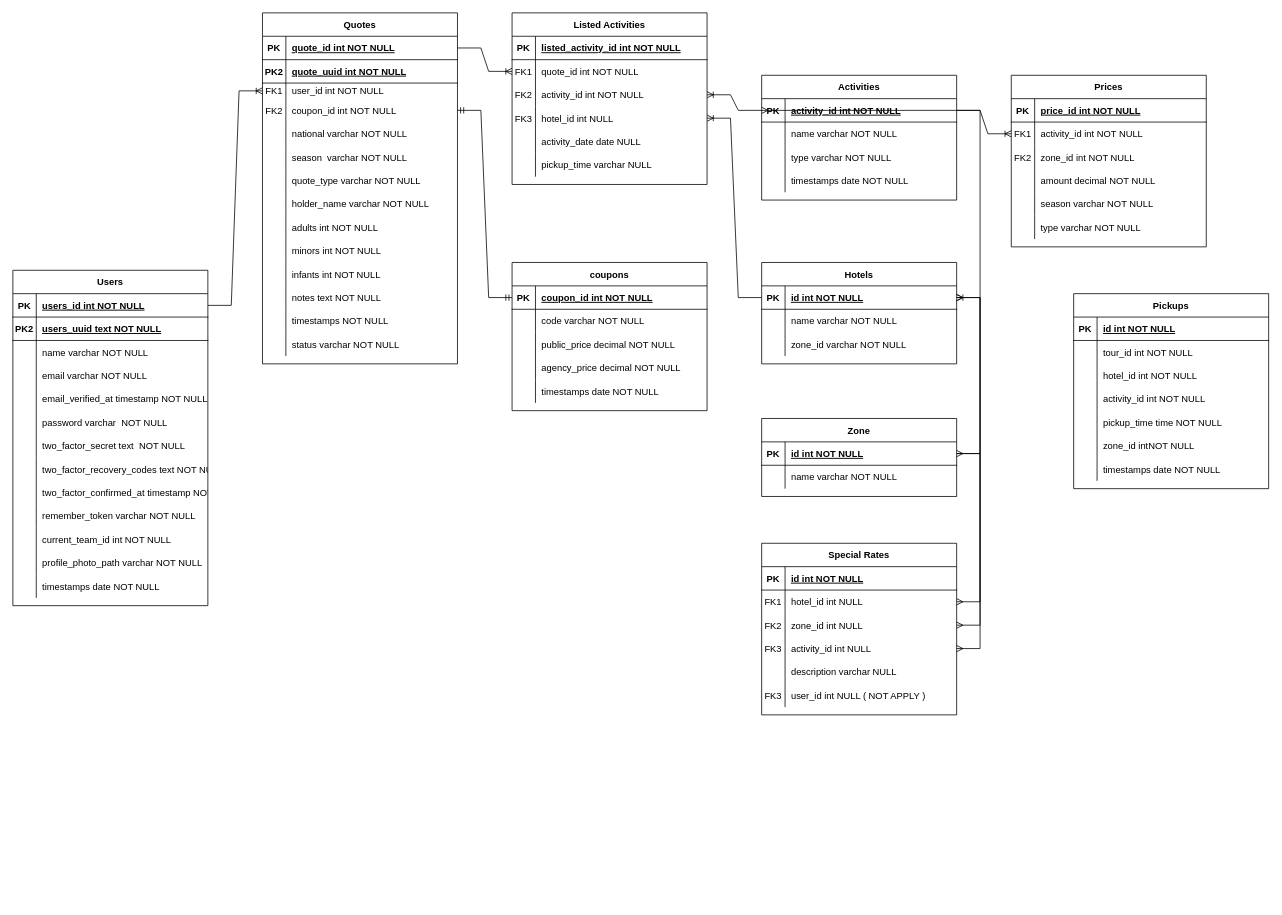
Before: Diagrama sin título.drawio in Pcbtroniks/quote, a draw.io diagram. Source tidied: cells renumbered, new cells numbered last; positions are measured from the earlier drawing's top-left corner, leaving out a move shared by most shapes. Both pictures are drawn from the tidied source at 78%, with x=0, y=0 at pixel (12, 12).
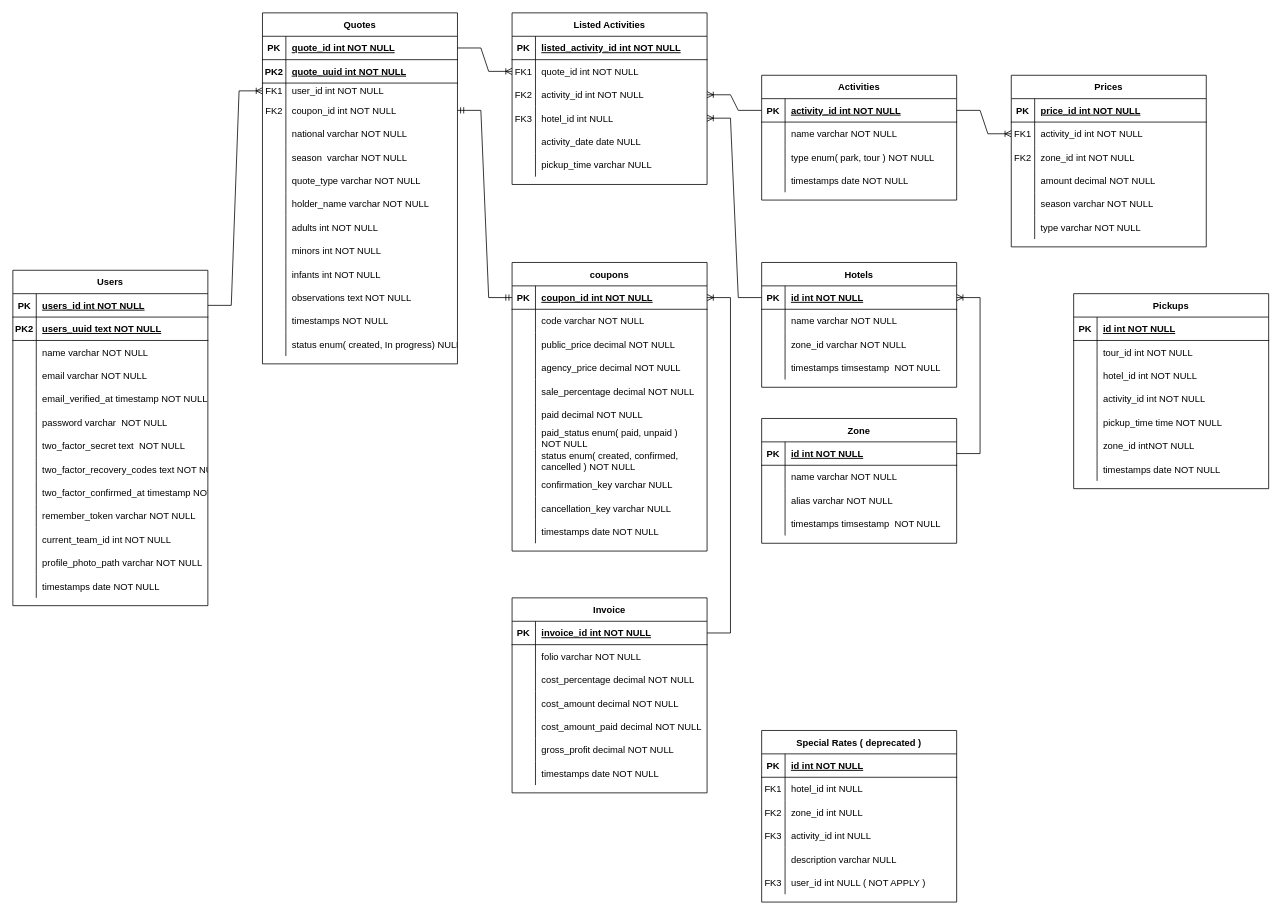
Above is the later version.

The change refers to these unchanged cells:
```xml
<mxCell id="36" style="shape=partialRectangle;fillColor=none;top=0;left=0;right=0;bottom=0;" parent="2" vertex="1">
  <mxGeometry y="350" width="250" height="30" as="geometry" />
</mxCell>
<mxCell id="42" style="shape=partialRectangle;fillColor=none;top=0;left=0;right=0;bottom=0;" parent="2" vertex="1">
  <mxGeometry y="410" width="250" height="30" as="geometry" />
</mxCell>
<mxCell id="46" style="shape=partialRectangle;fillColor=none;points=[[0,0.5],[1,0.5]];portConstraint=eastwest;top=0;left=0;right=0;bottom=1;" parent="45" vertex="1">
  <mxGeometry y="30" width="250" height="30" as="geometry" />
</mxCell>
<mxCell id="52" style="shape=partialRectangle;fillColor=none;top=0;left=0;right=0;bottom=0;" parent="45" vertex="1">
  <mxGeometry y="90" width="250" height="30" as="geometry" />
</mxCell>
<mxCell id="137" style="shape=partialRectangle;fillColor=none;points=[[0,0.5],[1,0.5]];portConstraint=eastwest;top=0;left=0;right=0;bottom=1;" parent="136" vertex="1">
  <mxGeometry y="30" width="250" height="30" as="geometry" />
</mxCell>
<mxCell id="175" style="shape=partialRectangle;fillColor=none;points=[[0,0.5],[1,0.5]];portConstraint=eastwest;top=0;left=0;right=0;bottom=1;" parent="174" vertex="1">
  <mxGeometry y="30" width="250" height="30" as="geometry" />
</mxCell>
<mxCell id="189" style="shape=partialRectangle;fillColor=none;points=[[0,0.5],[1,0.5]];portConstraint=eastwest;top=0;left=0;right=0;bottom=1;" parent="188" vertex="1">
  <mxGeometry y="30" width="250" height="30" as="geometry" />
</mxCell>
<mxCell id="202" style="shape=partialRectangle;fillColor=none;points=[[0,0.5],[1,0.5]];portConstraint=eastwest;top=0;left=0;right=0;bottom=0;" parent="198" vertex="1">
  <mxGeometry y="60" width="250" height="30" as="geometry" />
</mxCell>
<mxCell id="205" style="shape=partialRectangle;fillColor=none;points=[[0,0.5],[1,0.5]];portConstraint=eastwest;top=0;left=0;right=0;bottom=0;" parent="198" vertex="1">
  <mxGeometry y="90" width="250" height="30" as="geometry" />
</mxCell>
<mxCell id="208" style="shape=partialRectangle;fillColor=none;points=[[0,0.5],[1,0.5]];portConstraint=eastwest;top=0;left=0;right=0;bottom=0;" parent="198" vertex="1">
  <mxGeometry y="120" width="250" height="30" as="geometry" />
</mxCell>
```

Change to the diagram source:
```diff
@@
-    <mxCell id="38" value="notes text NOT NULL" style="shape=partialRectangle;overflow=hidden;fillColor=none;top=0;left=0;bottom=0;right=0;align=left;spacingLeft=6;" parent="36" vertex="1">
+    <mxCell id="38" value="observations text NOT NULL" style="shape=partialRectangle;overflow=hidden;fillColor=none;top=0;left=0;bottom=0;right=0;align=left;spacingLeft=6;" parent="36" vertex="1">
       <mxGeometry x="30" width="220" height="30" as="geometry" />
     </mxCell>
@@
-    <mxCell id="44" value="status varchar NOT NULL" style="shape=partialRectangle;overflow=hidden;fillColor=none;top=0;left=0;bottom=0;right=0;align=left;spacingLeft=6;" parent="42" vertex="1">
+    <mxCell id="44" value="status enum( created, In progress) NULL" style="shape=partialRectangle;overflow=hidden;fillColor=none;top=0;left=0;bottom=0;right=0;align=left;spacingLeft=6;" parent="42" vertex="1">
       <mxGeometry x="30" width="220" height="30" as="geometry" />
     </mxCell>
@@
-    <mxCell id="54" value="type varchar NOT NULL" style="shape=partialRectangle;overflow=hidden;fillColor=none;top=0;left=0;bottom=0;right=0;align=left;spacingLeft=6;" parent="52" vertex="1">
+    <mxCell id="54" value="type enum( park, tour ) NOT NULL" style="shape=partialRectangle;overflow=hidden;fillColor=none;top=0;left=0;bottom=0;right=0;align=left;spacingLeft=6;" parent="52" vertex="1">
       <mxGeometry x="30" width="220" height="30" as="geometry" />
     </mxCell>
@@
     <mxCell id="136" value="coupons" style="shape=table;startSize=30;childLayout=tableLayout;rowLines=0;fontStyle=1;align=center;" parent="1" vertex="1">
-      <mxGeometry x="640" y="320" width="250" height="190" as="geometry" />
+      <mxGeometry x="640" y="320" width="250" height="370" as="geometry" />
     </mxCell>
@@
+    <mxCell id="220" style="shape=partialRectangle;fillColor=none;top=0;left=0;right=0;bottom=0;" parent="136" vertex="1">
+      <mxGeometry y="150" width="250" height="30" as="geometry" />
+    </mxCell>
+    <mxCell id="221" style="shape=partialRectangle;overflow=hidden;fillColor=none;top=0;left=0;bottom=0;right=0;" parent="220" vertex="1">
+      <mxGeometry width="30" height="30" as="geometry" />
+    </mxCell>
+    <mxCell id="222" value="sale_percentage decimal NOT NULL" style="shape=partialRectangle;overflow=hidden;fillColor=none;top=0;left=0;bottom=0;right=0;align=left;spacingLeft=6;" parent="220" vertex="1">
+      <mxGeometry x="30" width="220" height="30" as="geometry" />
+    </mxCell>
+    <mxCell id="223" style="shape=partialRectangle;fillColor=none;top=0;left=0;right=0;bottom=0;" parent="136" vertex="1">
+      <mxGeometry y="180" width="250" height="30" as="geometry" />
+    </mxCell>
+    <mxCell id="224" style="shape=partialRectangle;overflow=hidden;fillColor=none;top=0;left=0;bottom=0;right=0;" parent="223" vertex="1">
+      <mxGeometry width="30" height="30" as="geometry" />
+    </mxCell>
+    <mxCell id="225" value="paid decimal NOT NULL" style="shape=partialRectangle;overflow=hidden;fillColor=none;top=0;left=0;bottom=0;right=0;align=left;spacingLeft=6;" parent="223" vertex="1">
+      <mxGeometry x="30" width="220" height="30" as="geometry" />
+    </mxCell>
+    <mxCell id="226" style="shape=partialRectangle;fillColor=none;top=0;left=0;right=0;bottom=0;" parent="136" vertex="1">
+      <mxGeometry y="210" width="250" height="30" as="geometry" />
+    </mxCell>
+    <mxCell id="227" style="shape=partialRectangle;overflow=hidden;fillColor=none;top=0;left=0;bottom=0;right=0;" parent="226" vertex="1">
+      <mxGeometry width="30" height="30" as="geometry" />
+    </mxCell>
+    <mxCell id="228" value="paid_status enum( paid, unpaid )&#10;NOT NULL" style="shape=partialRectangle;overflow=hidden;fillColor=none;top=0;left=0;bottom=0;right=0;align=left;spacingLeft=6;" parent="226" vertex="1">
+      <mxGeometry x="30" width="220" height="30" as="geometry" />
+    </mxCell>
+    <mxCell id="229" style="shape=partialRectangle;fillColor=none;top=0;left=0;right=0;bottom=0;" parent="136" vertex="1">
+      <mxGeometry y="240" width="250" height="30" as="geometry" />
+    </mxCell>
+    <mxCell id="230" style="shape=partialRectangle;overflow=hidden;fillColor=none;top=0;left=0;bottom=0;right=0;" parent="229" vertex="1">
+      <mxGeometry width="30" height="30" as="geometry" />
+    </mxCell>
+    <mxCell id="231" value="status enum( created, confirmed, &#10;cancelled ) NOT NULL" style="shape=partialRectangle;overflow=hidden;fillColor=none;top=0;left=0;bottom=0;right=0;align=left;spacingLeft=6;" parent="229" vertex="1">
+      <mxGeometry x="30" width="220" height="30" as="geometry" />
+    </mxCell>
+    <mxCell id="232" style="shape=partialRectangle;fillColor=none;top=0;left=0;right=0;bottom=0;" parent="136" vertex="1">
+      <mxGeometry y="270" width="250" height="30" as="geometry" />
+    </mxCell>
+    <mxCell id="233" style="shape=partialRectangle;overflow=hidden;fillColor=none;top=0;left=0;bottom=0;right=0;" parent="232" vertex="1">
+      <mxGeometry width="30" height="30" as="geometry" />
+    </mxCell>
+    <mxCell id="234" value="confirmation_key varchar NULL" style="shape=partialRectangle;overflow=hidden;fillColor=none;top=0;left=0;bottom=0;right=0;align=left;spacingLeft=6;" parent="232" vertex="1">
+      <mxGeometry x="30" width="220" height="30" as="geometry" />
+    </mxCell>
+    <mxCell id="235" style="shape=partialRectangle;fillColor=none;top=0;left=0;right=0;bottom=0;" parent="136" vertex="1">
+      <mxGeometry y="300" width="250" height="30" as="geometry" />
+    </mxCell>
+    <mxCell id="236" style="shape=partialRectangle;overflow=hidden;fillColor=none;top=0;left=0;bottom=0;right=0;" parent="235" vertex="1">
+      <mxGeometry width="30" height="30" as="geometry" />
+    </mxCell>
+    <mxCell id="237" value="cancellation_key varchar NULL" style="shape=partialRectangle;overflow=hidden;fillColor=none;top=0;left=0;bottom=0;right=0;align=left;spacingLeft=6;" parent="235" vertex="1">
+      <mxGeometry x="30" width="220" height="30" as="geometry" />
+    </mxCell>
     <mxCell id="149" style="shape=partialRectangle;fillColor=none;top=0;left=0;right=0;bottom=0;" parent="136" vertex="1">
-      <mxGeometry y="150" width="250" height="30" as="geometry" />
+      <mxGeometry y="330" width="250" height="30" as="geometry" />
     </mxCell>
@@
     <mxCell id="174" value="Hotels" style="shape=table;startSize=30;childLayout=tableLayout;rowLines=0;fontStyle=1;align=center;" parent="1" vertex="1">
-      <mxGeometry x="960" y="320" width="250" height="130" as="geometry" />
+      <mxGeometry x="960" y="320" width="250" height="160" as="geometry" />
     </mxCell>
@@
+    <mxCell id="238" style="shape=partialRectangle;fillColor=none;top=0;left=0;right=0;bottom=0;" parent="174" vertex="1">
+      <mxGeometry y="120" width="250" height="30" as="geometry" />
+    </mxCell>
+    <mxCell id="239" style="shape=partialRectangle;overflow=hidden;fillColor=none;top=0;left=0;bottom=0;right=0;" parent="238" vertex="1">
+      <mxGeometry width="30" height="30" as="geometry" />
+    </mxCell>
+    <mxCell id="240" value="timestamps timsestamp  NOT NULL" style="shape=partialRectangle;overflow=hidden;fillColor=none;top=0;left=0;bottom=0;right=0;align=left;spacingLeft=6;" parent="238" vertex="1">
+      <mxGeometry x="30" width="220" height="30" as="geometry" />
+    </mxCell>
@@
     <mxCell id="188" value="Zone" style="shape=table;startSize=30;childLayout=tableLayout;rowLines=0;fontStyle=1;align=center;" parent="1" vertex="1">
-      <mxGeometry x="960" y="520" width="250" height="100" as="geometry" />
+      <mxGeometry x="960" y="520" width="250" height="160" as="geometry" />
     </mxCell>
@@
+    <mxCell id="241" style="shape=partialRectangle;fillColor=none;top=0;left=0;right=0;bottom=0;" parent="188" vertex="1">
+      <mxGeometry y="90" width="250" height="30" as="geometry" />
+    </mxCell>
+    <mxCell id="242" style="shape=partialRectangle;overflow=hidden;fillColor=none;top=0;left=0;bottom=0;right=0;" parent="241" vertex="1">
+      <mxGeometry width="30" height="30" as="geometry" />
+    </mxCell>
+    <mxCell id="243" value="alias varchar NOT NULL" style="shape=partialRectangle;overflow=hidden;fillColor=none;top=0;left=0;bottom=0;right=0;align=left;spacingLeft=6;" parent="241" vertex="1">
+      <mxGeometry x="30" width="220" height="30" as="geometry" />
+    </mxCell>
+    <mxCell id="244" style="shape=partialRectangle;fillColor=none;top=0;left=0;right=0;bottom=0;" parent="188" vertex="1">
+      <mxGeometry y="120" width="250" height="30" as="geometry" />
+    </mxCell>
+    <mxCell id="245" style="shape=partialRectangle;overflow=hidden;fillColor=none;top=0;left=0;bottom=0;right=0;" parent="244" vertex="1">
+      <mxGeometry width="30" height="30" as="geometry" />
+    </mxCell>
+    <mxCell id="246" value="timestamps timsestamp  NOT NULL" style="shape=partialRectangle;overflow=hidden;fillColor=none;top=0;left=0;bottom=0;right=0;align=left;spacingLeft=6;" parent="244" vertex="1">
+      <mxGeometry x="30" width="220" height="30" as="geometry" />
+    </mxCell>
@@
-    <mxCell id="198" value="Special Rates" style="shape=table;startSize=30;childLayout=tableLayout;rowLines=0;fontStyle=1;align=center;" parent="1" vertex="1">
-      <mxGeometry x="960" y="680" width="250" height="220" as="geometry" />
+    <mxCell id="198" value="Special Rates ( deprecated )" style="shape=table;startSize=30;childLayout=tableLayout;rowLines=0;fontStyle=1;align=center;" parent="1" vertex="1">
+      <mxGeometry x="960" y="920" width="250" height="220" as="geometry" />
     </mxCell>
@@
-    <mxCell id="217" style="edgeStyle=entityRelationEdgeStyle;fontSize=12;html=1;endArrow=ERmany;startArrow=ERmany;rounded=0;" parent="1" edge="1" source="202" target="175">
-      <mxGeometry relative="1" as="geometry" />
-    </mxCell>
-    <mxCell id="218" style="edgeStyle=entityRelationEdgeStyle;fontSize=12;html=1;endArrow=ERmany;startArrow=ERmany;rounded=0;" parent="1" edge="1" source="205" target="189">
-      <mxGeometry relative="1" as="geometry" />
-    </mxCell>
-    <mxCell id="219" style="edgeStyle=entityRelationEdgeStyle;fontSize=12;html=1;endArrow=ERmany;startArrow=ERmany;rounded=0;exitX=0;exitY=0.5;exitDx=0;exitDy=0;" parent="1" edge="1" source="46" target="208">
-      <mxGeometry relative="1" as="geometry" />
-    </mxCell>
+    <mxCell id="247" value="Invoice" style="shape=table;startSize=30;childLayout=tableLayout;rowLines=0;fontStyle=1;align=center;" parent="1" vertex="1">
+      <mxGeometry x="640" y="750" width="250" height="250" as="geometry" />
+    </mxCell>
+    <mxCell id="248" style="shape=partialRectangle;fillColor=none;points=[[0,0.5],[1,0.5]];portConstraint=eastwest;top=0;left=0;right=0;bottom=1;" parent="247" vertex="1">
+      <mxGeometry y="30" width="250" height="30" as="geometry" />
+    </mxCell>
+    <mxCell id="249" value="PK" style="shape=partialRectangle;overflow=hidden;fillColor=none;top=0;left=0;bottom=0;right=0;fontStyle=1;" parent="248" vertex="1">
+      <mxGeometry width="30" height="30" as="geometry" />
+    </mxCell>
+    <mxCell id="250" value="invoice_id int NOT NULL " style="shape=partialRectangle;overflow=hidden;fillColor=none;top=0;left=0;bottom=0;right=0;align=left;spacingLeft=6;fontStyle=5;" parent="248" vertex="1">
+      <mxGeometry x="30" width="220" height="30" as="geometry" />
+    </mxCell>
+    <mxCell id="251" style="shape=partialRectangle;fillColor=none;top=0;left=0;right=0;bottom=0;" parent="247" vertex="1">
+      <mxGeometry y="60" width="250" height="30" as="geometry" />
+    </mxCell>
+    <mxCell id="252" style="shape=partialRectangle;overflow=hidden;fillColor=none;top=0;left=0;bottom=0;right=0;" parent="251" vertex="1">
+      <mxGeometry width="30" height="30" as="geometry" />
+    </mxCell>
+    <mxCell id="253" value="folio varchar NOT NULL" style="shape=partialRectangle;overflow=hidden;fillColor=none;top=0;left=0;bottom=0;right=0;align=left;spacingLeft=6;" parent="251" vertex="1">
+      <mxGeometry x="30" width="220" height="30" as="geometry" />
+    </mxCell>
+    <mxCell id="254" style="shape=partialRectangle;fillColor=none;top=0;left=0;right=0;bottom=0;" parent="247" vertex="1">
+      <mxGeometry y="90" width="250" height="30" as="geometry" />
+    </mxCell>
+    <mxCell id="255" style="shape=partialRectangle;overflow=hidden;fillColor=none;top=0;left=0;bottom=0;right=0;" parent="254" vertex="1">
+      <mxGeometry width="30" height="30" as="geometry" />
+    </mxCell>
+    <mxCell id="256" value="cost_percentage decimal NOT NULL" style="shape=partialRectangle;overflow=hidden;fillColor=none;top=0;left=0;bottom=0;right=0;align=left;spacingLeft=6;" parent="254" vertex="1">
+      <mxGeometry x="30" width="220" height="30" as="geometry" />
+    </mxCell>
+    <mxCell id="257" style="shape=partialRectangle;fillColor=none;top=0;left=0;right=0;bottom=0;" parent="247" vertex="1">
+      <mxGeometry y="120" width="250" height="30" as="geometry" />
+    </mxCell>
+    <mxCell id="258" style="shape=partialRectangle;overflow=hidden;fillColor=none;top=0;left=0;bottom=0;right=0;" parent="257" vertex="1">
+      <mxGeometry width="30" height="30" as="geometry" />
+    </mxCell>
+    <mxCell id="259" value="cost_amount decimal NOT NULL" style="shape=partialRectangle;overflow=hidden;fillColor=none;top=0;left=0;bottom=0;right=0;align=left;spacingLeft=6;" parent="257" vertex="1">
+      <mxGeometry x="30" width="220" height="30" as="geometry" />
+    </mxCell>
+    <mxCell id="260" style="shape=partialRectangle;fillColor=none;top=0;left=0;right=0;bottom=0;" parent="247" vertex="1">
+      <mxGeometry y="150" width="250" height="30" as="geometry" />
+    </mxCell>
+    <mxCell id="261" style="shape=partialRectangle;overflow=hidden;fillColor=none;top=0;left=0;bottom=0;right=0;" parent="260" vertex="1">
+      <mxGeometry width="30" height="30" as="geometry" />
+    </mxCell>
+    <mxCell id="262" value="cost_amount_paid decimal NOT NULL" style="shape=partialRectangle;overflow=hidden;fillColor=none;top=0;left=0;bottom=0;right=0;align=left;spacingLeft=6;" parent="260" vertex="1">
+      <mxGeometry x="30" width="220" height="30" as="geometry" />
+    </mxCell>
+    <mxCell id="263" style="shape=partialRectangle;fillColor=none;top=0;left=0;right=0;bottom=0;" parent="247" vertex="1">
+      <mxGeometry y="180" width="250" height="30" as="geometry" />
+    </mxCell>
+    <mxCell id="264" style="shape=partialRectangle;overflow=hidden;fillColor=none;top=0;left=0;bottom=0;right=0;" parent="263" vertex="1">
+      <mxGeometry width="30" height="30" as="geometry" />
+    </mxCell>
+    <mxCell id="265" value="gross_profit decimal NOT NULL" style="shape=partialRectangle;overflow=hidden;fillColor=none;top=0;left=0;bottom=0;right=0;align=left;spacingLeft=6;" parent="263" vertex="1">
+      <mxGeometry x="30" width="220" height="30" as="geometry" />
+    </mxCell>
+    <mxCell id="266" style="shape=partialRectangle;fillColor=none;top=0;left=0;right=0;bottom=0;" parent="247" vertex="1">
+      <mxGeometry y="210" width="250" height="30" as="geometry" />
+    </mxCell>
+    <mxCell id="267" style="shape=partialRectangle;overflow=hidden;fillColor=none;top=0;left=0;bottom=0;right=0;" parent="266" vertex="1">
+      <mxGeometry width="30" height="30" as="geometry" />
+    </mxCell>
+    <mxCell id="268" value="timestamps date NOT NULL" style="shape=partialRectangle;overflow=hidden;fillColor=none;top=0;left=0;bottom=0;right=0;align=left;spacingLeft=6;" parent="266" vertex="1">
+      <mxGeometry x="30" width="220" height="30" as="geometry" />
+    </mxCell>
+    <mxCell id="269" style="edgeStyle=entityRelationEdgeStyle;fontSize=12;html=1;endArrow=ERoneToMany;rounded=0;" parent="1" edge="1" source="248" target="137">
+      <mxGeometry relative="1" as="geometry" />
+    </mxCell>
```
